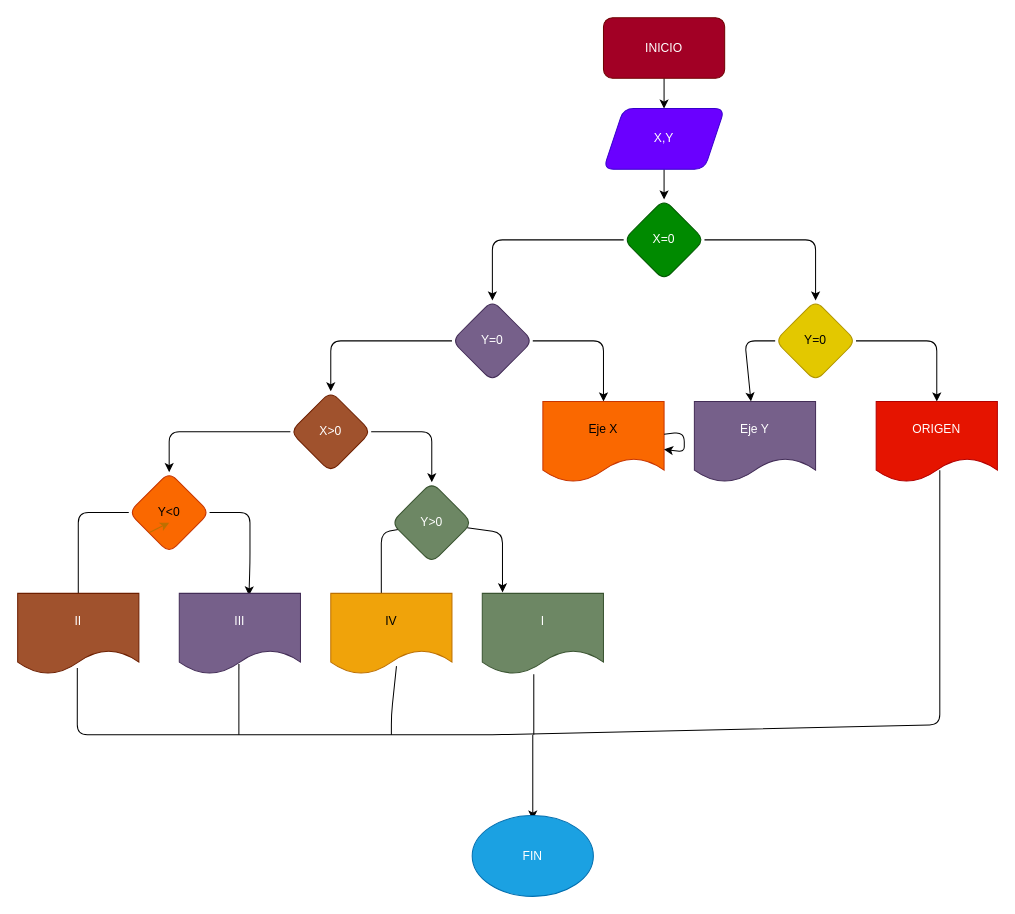
Before: Coordenadas_cartesianas/diagrama.drawio in DanielJaree/Estructuras_condicionales, a draw.io diagram. Source tidied: cells renumbered, new cells numbered last; positions are measured from the earlier drawing's top-left corner, leaving out a move shared by most shapes. Both pictures are drawn from the tidied source at 101%, with x=0, y=0 at pixel (17, 17).
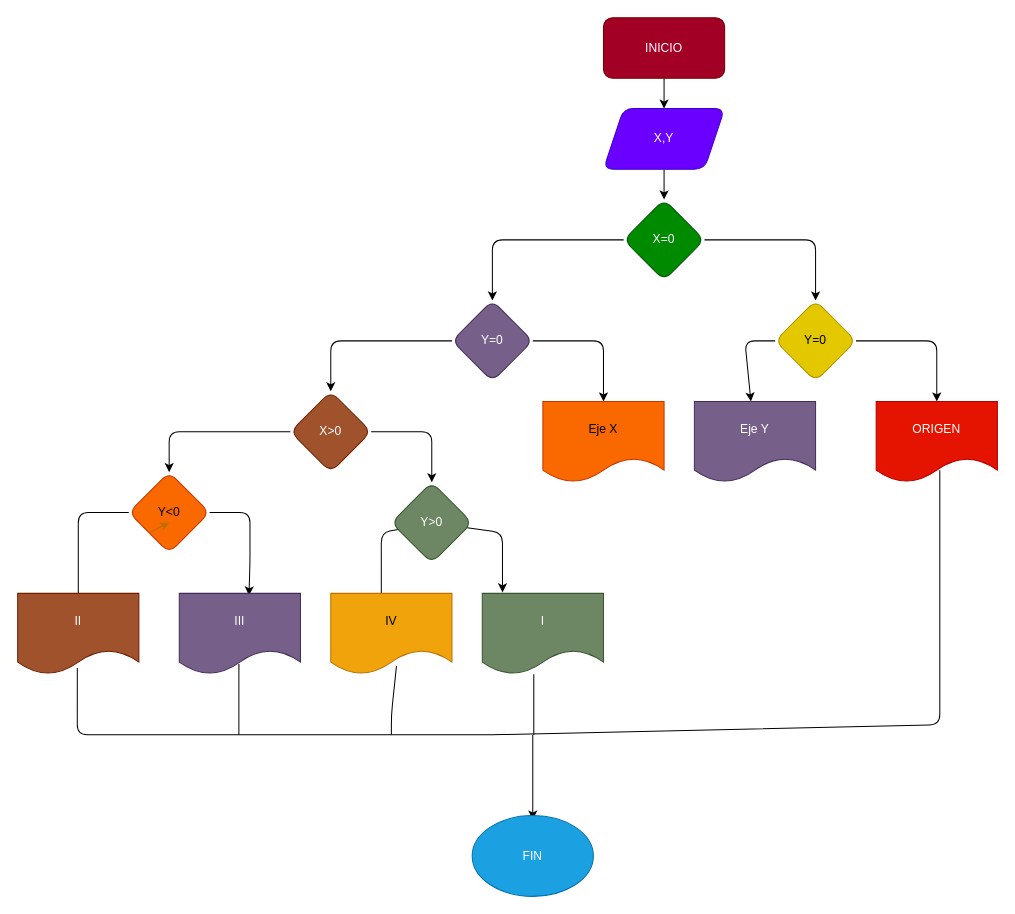
After the change.

The change refers to these unchanged cells:
```xml
<mxCell id="23" value="Eje X" style="shape=document;whiteSpace=wrap;html=1;boundedLbl=1;rounded=1;fillColor=#fa6800;strokeColor=#C73500;fontColor=#000000;" parent="1" vertex="1">
  <mxGeometry x="520" y="380" width="120" height="80" as="geometry" />
</mxCell>
```

Diff of the diagram source:
```diff
@@
-    <mxCell id="34" style="edgeStyle=none;html=1;" parent="1" edge="1" source="23" target="23">
-      <mxGeometry relative="1" as="geometry" />
-    </mxCell>
```
